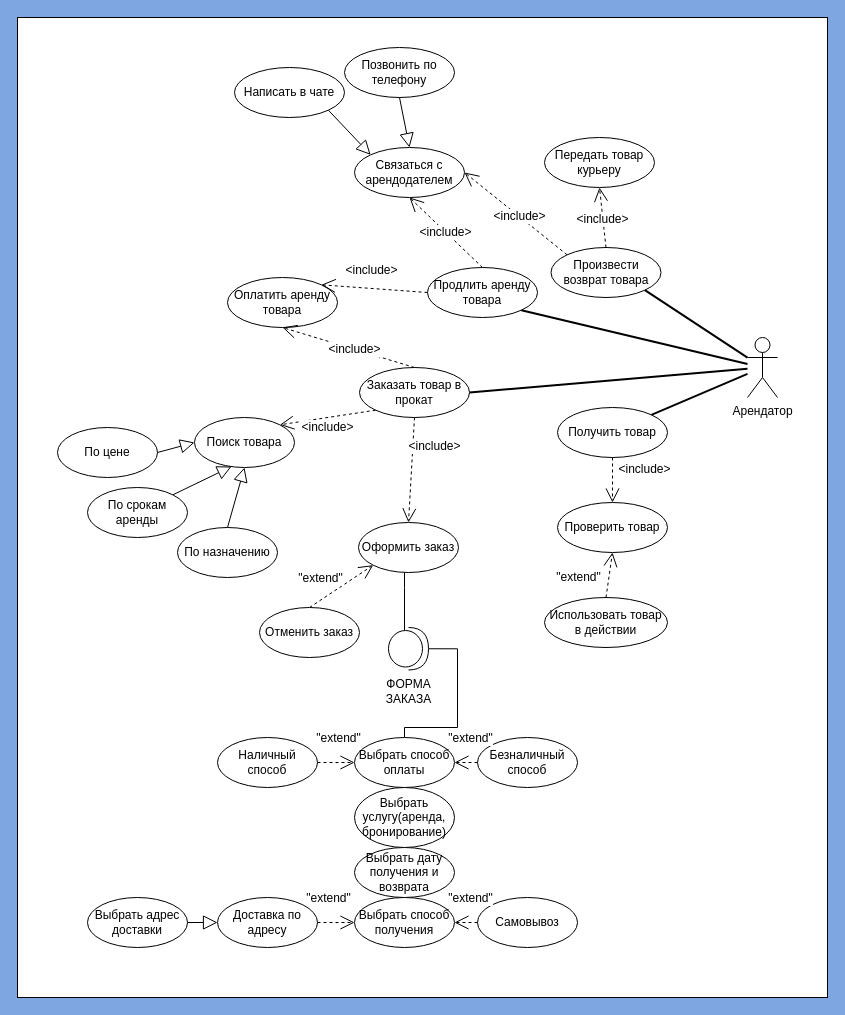
The draw.io diagram Lab2/Lab2.drawio in BozrikovDanila/ModelingOfProcessesAndSystems, before the edit. Source tidied: cells renumbered, new cells numbered last; positions are measured from the earlier drawing's top-left corner, leaving out a move shared by most shapes. Both pictures are drawn from the tidied source at 100%, with x=0, y=0 at pixel (17, 17).
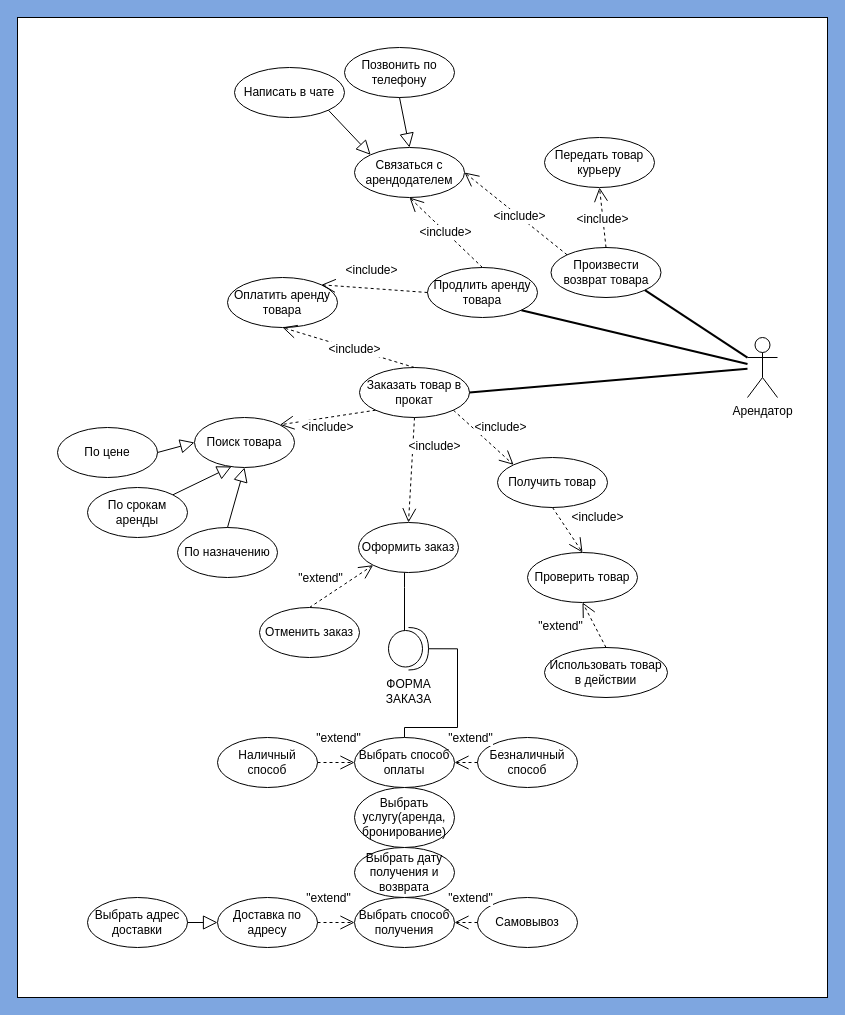
The same page after the edit.

Unchanged cells that the change refers to:
```xml
<mxCell id="4" value="Заказать товар в прокат" style="ellipse;whiteSpace=wrap;html=1;" parent="1" vertex="1">
  <mxGeometry x="342" y="350" width="110" height="50" as="geometry" />
</mxCell>
<mxCell id="5" value="Арендатор&lt;br&gt;" style="shape=umlActor;verticalLabelPosition=bottom;verticalAlign=top;html=1;" parent="1" vertex="1">
  <mxGeometry x="730" y="320" width="30" height="60" as="geometry" />
</mxCell>
```

Change to the diagram source:
```diff
@@
     <mxCell id="30" value="Получить товар" style="ellipse;whiteSpace=wrap;html=1;" parent="1" vertex="1">
-      <mxGeometry x="540" y="390" width="110" height="50" as="geometry" />
+      <mxGeometry x="480" y="440" width="110" height="50" as="geometry" />
     </mxCell>
     <mxCell id="31" value="Проверить товар" style="ellipse;whiteSpace=wrap;html=1;" parent="1" vertex="1">
-      <mxGeometry x="540" y="485" width="110" height="50" as="geometry" />
+      <mxGeometry x="510" y="535" width="110" height="50" as="geometry" />
     </mxCell>
     <mxCell id="32" value="&amp;lt;include&amp;gt;" style="endArrow=open;endSize=12;dashed=1;html=1;fontSize=12;exitX=0.5;exitY=1;exitDx=0;exitDy=0;entryX=0.5;entryY=0;entryDx=0;entryDy=0;" parent="1" edge="1" source="30" target="31">
-      <mxGeometry x="-0.48" y="32" relative="1" as="geometry" />
+      <mxGeometry x="0.23" y="32" relative="1" as="geometry" />
     </mxCell>
     <mxCell id="33" value="Использовать товар в действии" style="ellipse;whiteSpace=wrap;html=1;" parent="1" vertex="1">
-      <mxGeometry x="527" y="580" width="123" height="50" as="geometry" />
+      <mxGeometry x="527" y="630" width="123" height="50" as="geometry" />
     </mxCell>
@@
-    <mxCell id="38" style="endArrow=none;endFill=0;endSize=12;html=1;rounded=1;strokeWidth=2;exitX=1;exitY=0;exitDx=0;exitDy=0;" parent="1" edge="1" source="30" target="5">
-      <mxGeometry relative="1" as="geometry" />
-    </mxCell>
@@
+    <mxCell id="63" value="&amp;lt;include&amp;gt;" style="endArrow=open;endSize=12;dashed=1;html=1;fontSize=12;entryX=0;entryY=0;entryDx=0;entryDy=0;exitX=1;exitY=1;exitDx=0;exitDy=0;" parent="1" edge="1" source="4" target="30">
+      <mxGeometry x="0.12" y="19" relative="1" as="geometry" />
+    </mxCell>
```
